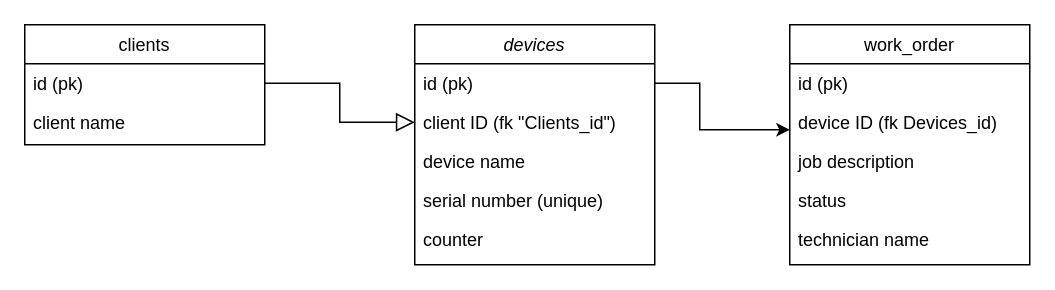
Before: Untitled Diagram.drawio in MortenGitKonto/vali-it-project, a draw.io diagram. Source tidied: cells renumbered, new cells numbered last; positions are measured from the earlier drawing's top-left corner, leaving out a move shared by most shapes. Both pictures are drawn from the tidied source at 150%, with x=0, y=0 at pixel (24, 24).
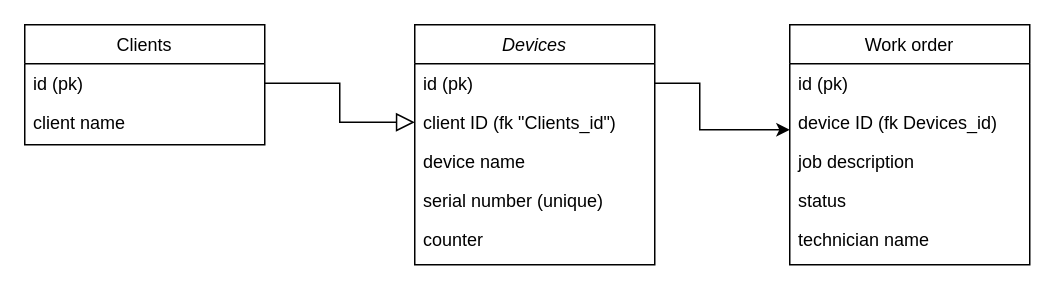
After the change.

Change to the diagram source:
```diff
@@
-    <mxCell id="3" value="devices" style="swimlane;fontStyle=2;align=center;verticalAlign=top;horizontal=1;startSize=26;rounded=0;shadow=0;strokeWidth=1;" parent="1" vertex="1">
+    <mxCell id="3" value="Devices" style="swimlane;fontStyle=2;align=center;verticalAlign=top;horizontal=1;startSize=26;rounded=0;shadow=0;strokeWidth=1;" parent="1" vertex="1">
       <mxGeometry x="260" width="160" height="160" as="geometry" />
     </mxCell>
@@
-    <mxCell id="9" value="clients" style="swimlane;fontStyle=0;align=center;verticalAlign=top;horizontal=1;startSize=26;rounded=0;shadow=0;strokeWidth=1;" parent="1" vertex="1">
+    <mxCell id="9" value="Clients" style="swimlane;fontStyle=0;align=center;verticalAlign=top;horizontal=1;startSize=26;rounded=0;shadow=0;strokeWidth=1;" parent="1" vertex="1">
       <mxGeometry width="160" height="80" as="geometry" />
     </mxCell>
@@
-    <mxCell id="13" value="work_order" style="swimlane;fontStyle=0;align=center;verticalAlign=top;horizontal=1;startSize=26;rounded=0;shadow=0;strokeWidth=1;" parent="1" vertex="1">
+    <mxCell id="13" value="Work order" style="swimlane;fontStyle=0;align=center;verticalAlign=top;horizontal=1;startSize=26;rounded=0;shadow=0;strokeWidth=1;" parent="1" vertex="1">
       <mxGeometry x="510" width="160" height="160" as="geometry" />
     </mxCell>
```
